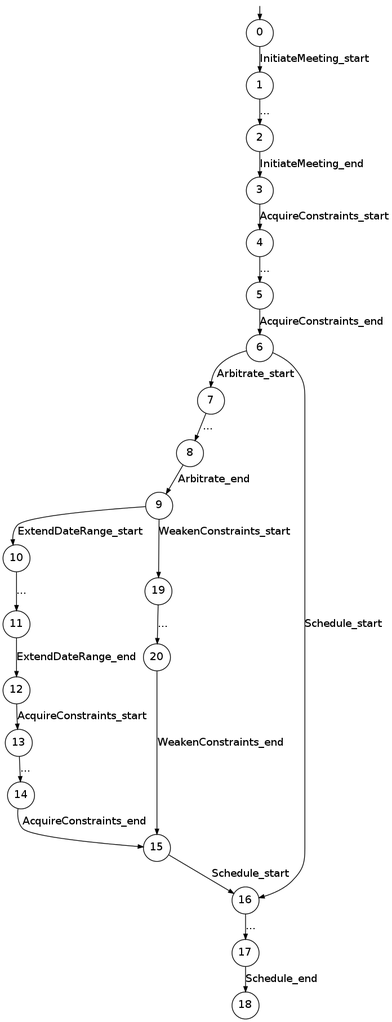
blambeau/phd keeps this Graphviz diagram as writing/src/3-deductive/images/scheduler-lts.png. Above is the earlier version. Its source is kept beside it as writing/src/3-deductive/images/scheduler-lts.dot.
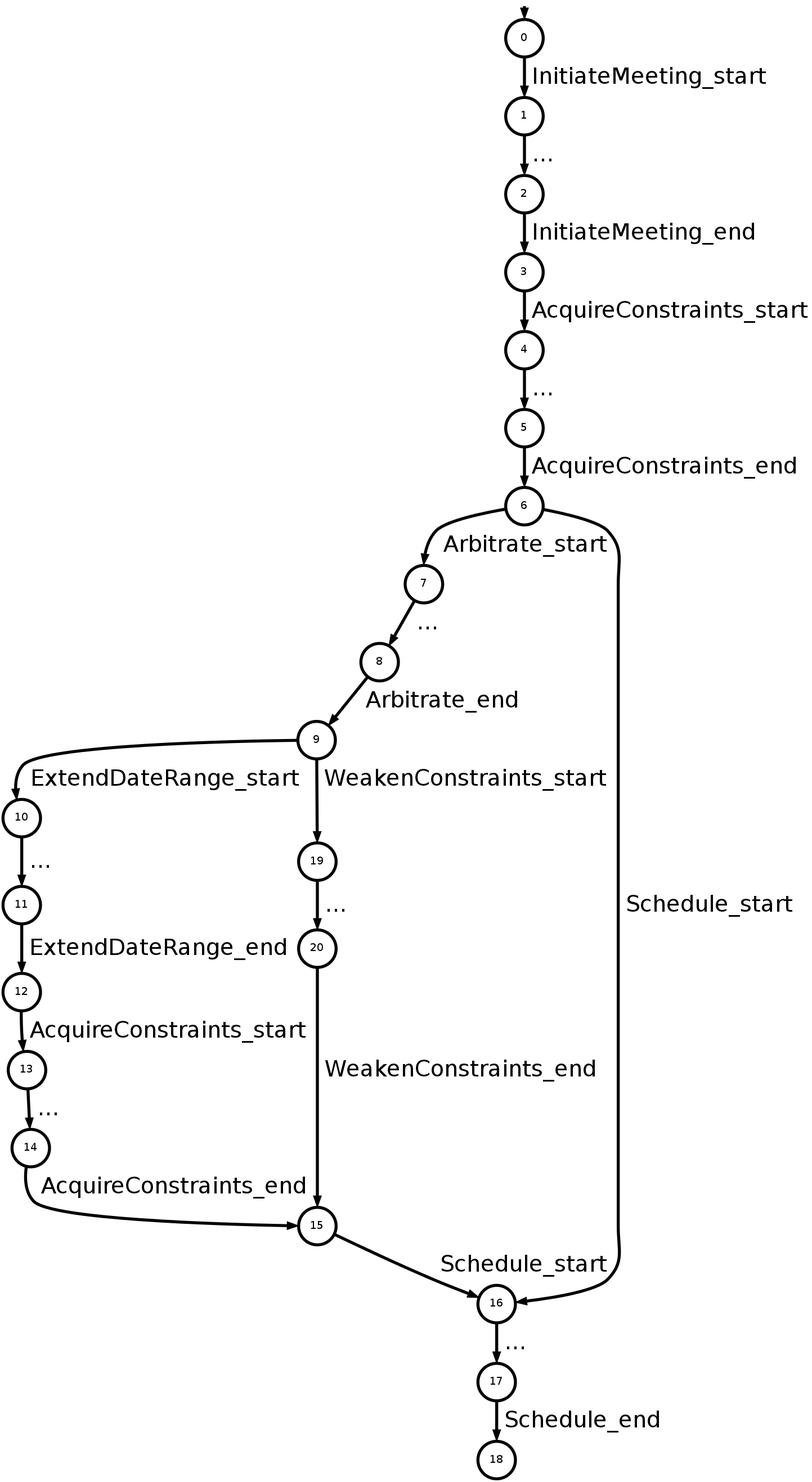
The same diagram one commit later.

Commit message:
Enhanced scheduler LTS image

Diff of the diagram source:
```diff
@@ -1,39 +1,39 @@
 digraph G {
   graph [pack=true rankdir=TD ranksep=0 margin=0];
-  node [shape=circle color=black width=0.5 height=0.5 fixedsize=true]
-  edge [arrowsize=0.7]
+  node [shape=circle color=black penwidth=4 width=0.7 height=0.7 fixedsize=true]
+  edge [arrowsize=1.5 penwidth=4 fontsize=30]
 
   zz [label="" color="white" fillcolor="white" shape="circle" style="filled"
       width=0.05 height=0.05 fixedsize=true ];
   zz -> 0 [label=""];
 
-  0 -> 1 [label="InitiateMeeting_start"];
-  1 -> 2 [label="..."];
-  2 -> 3 [label="InitiateMeeting_end"];
+  0 -> 1 [label=" InitiateMeeting_start"];
+  1 -> 2 [label=" ..."];
+  2 -> 3 [label=" InitiateMeeting_end"];
 
-  3 -> 4 [label="AcquireConstraints_start"];
-  4 -> 5 [label="..."];
-  5 -> 6 [label="AcquireConstraints_end"];
+  3 -> 4 [label=" AcquireConstraints_start"];
+  4 -> 5 [label=" ..."];
+  5 -> 6 [label=" AcquireConstraints_end"];
 
-  6 -> 7 [label="Arbitrate_start"];
-  7 -> 8 [label="..."];
-  8 -> 9 [label="Arbitrate_end"];
+  6 -> 7 [label=" Arbitrate_start"];
+  7 -> 8 [label=" ..."];
+  8 -> 9 [label=" Arbitrate_end"];
 
-  9 -> 10 [label="ExtendDateRange_start"];
-  10 -> 11 [label="..."];
-  11 -> 12 [label="ExtendDateRange_end"];
+  9 -> 10 [label=" ExtendDateRange_start"];
+  10 -> 11 [label=" ..."];
+  11 -> 12 [label=" ExtendDateRange_end"];
 
-  12 -> 13 [label="AcquireConstraints_start"];
-  13 -> 14 [label="..."];
-  14 -> 15 [label="AcquireConstraints_end"];
+  12 -> 13 [label=" AcquireConstraints_start"];
+  13 -> 14 [label=" ..."];
+  14 -> 15 [label=" AcquireConstraints_end"];
 
-  15 -> 16 [label="Schedule_start"];
-  16 -> 17 [label="..."];
-  17 -> 18 [label="Schedule_end"];
+  15 -> 16 [label=" Schedule_start"];
+  16 -> 17 [label=" ..."];
+  17 -> 18 [label=" Schedule_end"];
 
-  9 -> 19 [label="WeakenConstraints_start"];
-  19 -> 20 [label="..."];
-  20 -> 15 [label="WeakenConstraints_end"];
+  9 -> 19 [label=" WeakenConstraints_start"];
+  19 -> 20 [label=" ..."];
+  20 -> 15 [label=" WeakenConstraints_end"];
 
-  6 -> 16 [label="Schedule_start"];
+  6 -> 16 [label=" Schedule_start"];
 }
```
